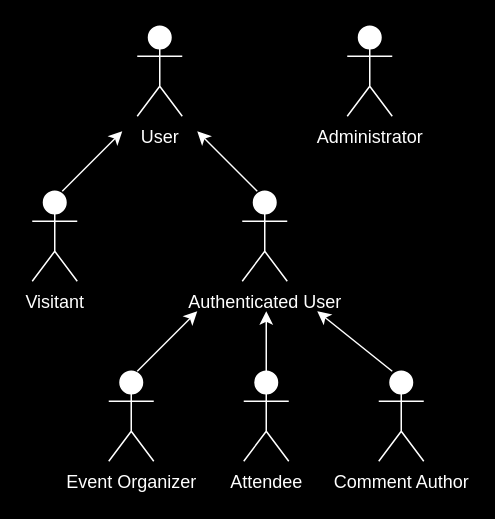
Before: Stakeholders.drawio in brito-bernardo/database-modeling, a draw.io diagram. Source tidied: cells renumbered, new cells numbered last; positions are measured from the earlier drawing's top-left corner, leaving out a move shared by most shapes. Both pictures are drawn from the tidied source at 150%, with x=0, y=0 at pixel (32, 26).
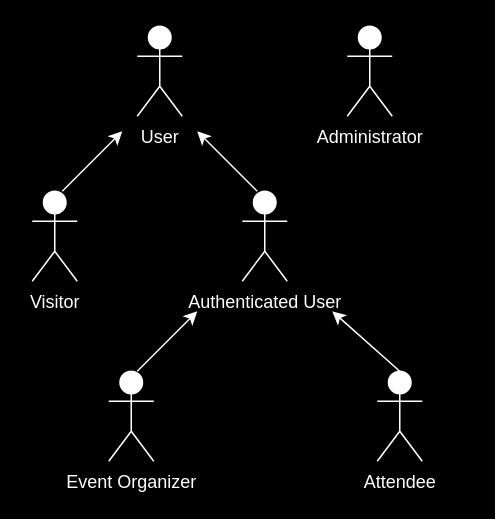
The same page after the edit.

The edit, as a diff of the source:
```diff
@@
 <mxGraphModel background="#000000">
   <root>
     <mxCell id="0" />
     <mxCell id="1" parent="0" />
-    <mxCell id="2" value="Comment Author" style="shape=umlActor;verticalLabelPosition=bottom;verticalAlign=top;html=1;strokeColor=#FFFFFF;fontColor=#FFFFFF;" parent="1" vertex="1">
-      <mxGeometry x="231" y="230" width="30" height="60" as="geometry" />
-    </mxCell>
     <mxCell id="3" value="Authenticated User" style="shape=umlActor;verticalLabelPosition=bottom;verticalAlign=top;html=1;strokeColor=#FFFFFF;fontColor=#FFFFFF;" parent="1" vertex="1">
       <mxGeometry x="140" y="110" width="30" height="60" as="geometry" />
     </mxCell>
     <mxCell id="4" value="Attendee" style="shape=umlActor;verticalLabelPosition=bottom;verticalAlign=top;html=1;outlineConnect=0;strokeColor=#FFFFFF;fontColor=#FFFFFF;" parent="1" vertex="1">
-      <mxGeometry x="141" y="230" width="30" height="60" as="geometry" />
+      <mxGeometry x="230" y="230" width="30" height="60" as="geometry" />
     </mxCell>
     <mxCell id="5" value="Event Organizer" style="shape=umlActor;verticalLabelPosition=bottom;verticalAlign=top;html=1;outlineConnect=0;strokeColor=#FFFFFF;fontColor=#FFFFFF;" parent="1" vertex="1">
       <mxGeometry x="51" y="230" width="30" height="60" as="geometry" />
     </mxCell>
+    <mxCell id="14" style="edgeStyle=orthogonalEdgeStyle;rounded=0;jettySize=auto;html=1;" parent="1" edge="1" source="6" target="5">
+      <mxGeometry relative="1" as="geometry" />
+    </mxCell>
-    <mxCell id="6" value="Visitant" style="shape=umlActor;verticalLabelPosition=bottom;verticalAlign=top;html=1;outlineConnect=0;fontColor=#FFFFFF;strokeColor=#FFFFFF;" parent="1" vertex="1">
+    <mxCell id="6" value="Visitor" style="shape=umlActor;verticalLabelPosition=bottom;verticalAlign=top;html=1;outlineConnect=0;fontColor=#FFFFFF;strokeColor=#FFFFFF;" parent="1" vertex="1">
       <mxGeometry y="110" width="30" height="60" as="geometry" />
     </mxCell>
     <mxCell id="7" value="User" style="shape=umlActor;verticalLabelPosition=bottom;verticalAlign=top;html=1;strokeColor=#FFFFFF;fontColor=#FFFFFF;" parent="1" vertex="1">
       <mxGeometry x="70" width="30" height="60" as="geometry" />
     </mxCell>
     <mxCell id="8" value="Administrator" style="shape=umlActor;verticalLabelPosition=bottom;verticalAlign=top;html=1;strokeColor=#FFFFFF;fontColor=#FFFFFF;" parent="1" vertex="1">
       <mxGeometry x="210" width="30" height="60" as="geometry" />
     </mxCell>
-    <mxCell id="9" style="endArrow=classic;html=1;rounded=0;strokeColor=#FFFFFF;" parent="1" edge="1">
-      <mxGeometry relative="1" as="geometry">
-        <mxPoint x="240" y="230" as="sourcePoint" />
-        <mxPoint x="190" y="190" as="targetPoint" />
-      </mxGeometry>
-    </mxCell>
     <mxCell id="10" style="endArrow=classic;html=1;rounded=0;exitX=0.5;exitY=0;exitDx=0;exitDy=0;exitPerimeter=0;strokeColor=#FFFFFF;" parent="1" edge="1" source="4">
       <mxGeometry relative="1" as="geometry">
-        <mxPoint x="156" y="190" as="targetPoint" />
+        <mxPoint x="200" y="190" as="targetPoint" />
       </mxGeometry>
     </mxCell>
     <mxCell id="11" style="endArrow=classic;html=1;rounded=0;strokeColor=#FFFFFF;" parent="1" edge="1">
       <mxGeometry relative="1" as="geometry">
         <mxPoint x="70" y="230" as="sourcePoint" />
         <mxPoint x="110" y="190" as="targetPoint" />
       </mxGeometry>
     </mxCell>
     <mxCell id="12" style="endArrow=classic;html=1;rounded=0;strokeColor=#FFFFFF;" parent="1" edge="1">
       <mxGeometry relative="1" as="geometry">
         <mxPoint x="150" y="110" as="sourcePoint" />
         <mxPoint x="110" y="70" as="targetPoint" />
       </mxGeometry>
     </mxCell>
     <mxCell id="13" style="endArrow=classic;html=1;rounded=0;strokeColor=#FFFFFF;" parent="1" edge="1">
       <mxGeometry relative="1" as="geometry">
         <mxPoint x="20" y="110" as="sourcePoint" />
         <mxPoint x="60" y="70" as="targetPoint" />
       </mxGeometry>
     </mxCell>
   </root>
 </mxGraphModel>
```
